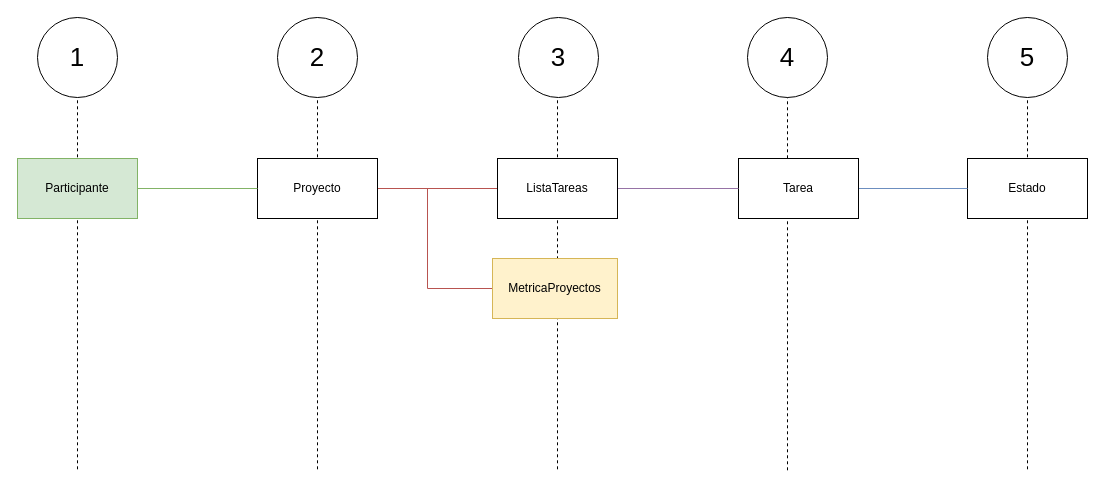
Above: page "EventStormingMapingProjects" (14 of 14) of CoTasker_BoundedContext.drawio in Migue1409-KP/DOO-working-group (draw.io), before the change. Source tidied: cells renumbered, new cells numbered last; positions are measured from the earlier drawing's top-left corner, leaving out a move shared by most shapes. Both pictures are drawn from the tidied source at 100%, with x=0, y=0 at pixel (17, 17).
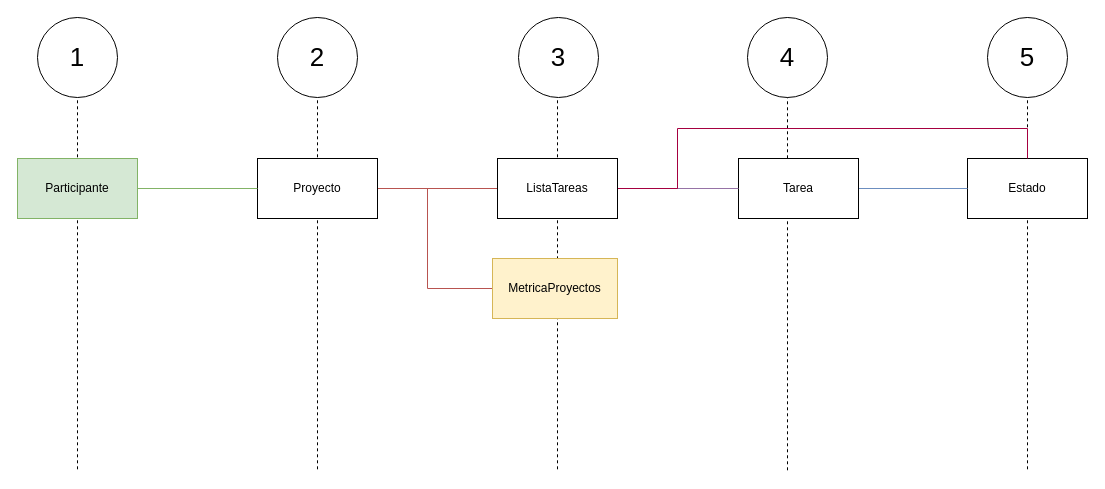
The same page after the edit.

Unchanged cells that the change refers to:
```xml
<mxCell id="6" value="Estado" style="rounded=0;whiteSpace=wrap;html=1;" parent="1" vertex="1">
  <mxGeometry x="950" y="141" width="120" height="60" as="geometry" />
</mxCell>
<mxCell id="21" value="ListaTareas" style="rounded=0;whiteSpace=wrap;html=1;" parent="1" vertex="1">
  <mxGeometry x="480" y="141" width="120" height="60" as="geometry" />
</mxCell>
```

What changed in the source:
```diff
@@
+    <mxCell id="23" style="edgeStyle=orthogonalEdgeStyle;rounded=0;jettySize=auto;html=1;fillColor=#d80073;strokeColor=#A50040;endArrow=none;endFill=0;" parent="1" edge="1" source="21" target="6">
+      <mxGeometry relative="1" as="geometry">
+        <Array as="points">
+          <mxPoint x="660" y="171" />
+          <mxPoint x="660" y="111" />
+          <mxPoint x="1010" y="111" />
+        </Array>
+      </mxGeometry>
+    </mxCell>
```
